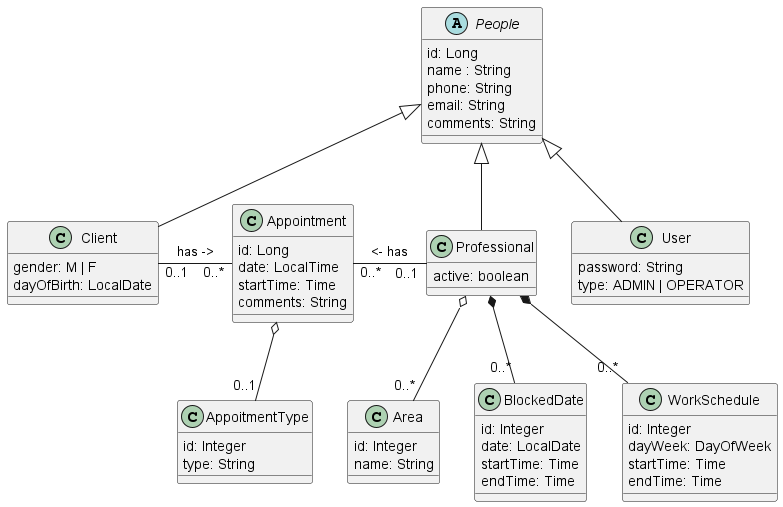
glaucotodesco/bootcamp-agenda keeps this PlantUML diagram as out/docs/classes/Modelo conceitual.png. Above is the earlier version.
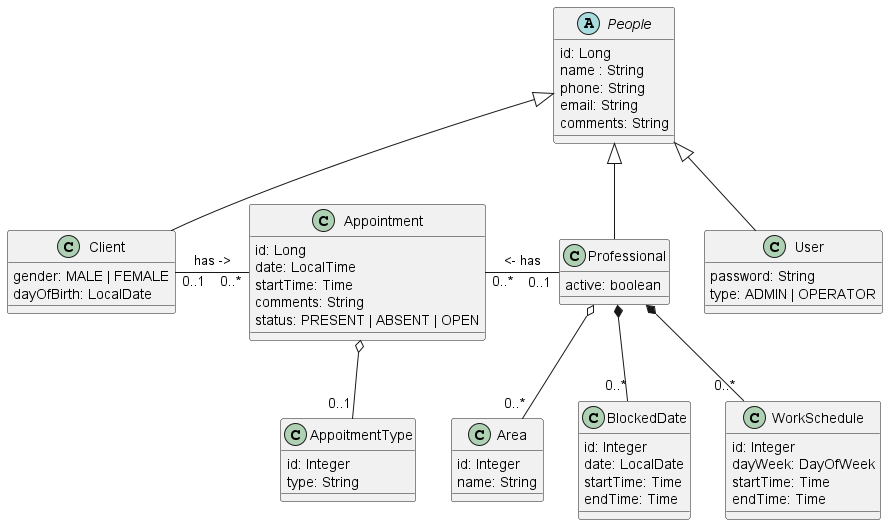
After the commit.

What changed in the source:
```diff
@@ -13,7 +13,7 @@
 }
 
 class Client {
-    gender: M | F
+    gender: MALE | FEMALE
     dayOfBirth: LocalDate
 }
 
@@ -40,6 +40,7 @@
     date: LocalTime
     startTime: Time
     comments: String
+    status: PRESENT | ABSENT | OPEN
 }
 
 class BlockedDate {
```
